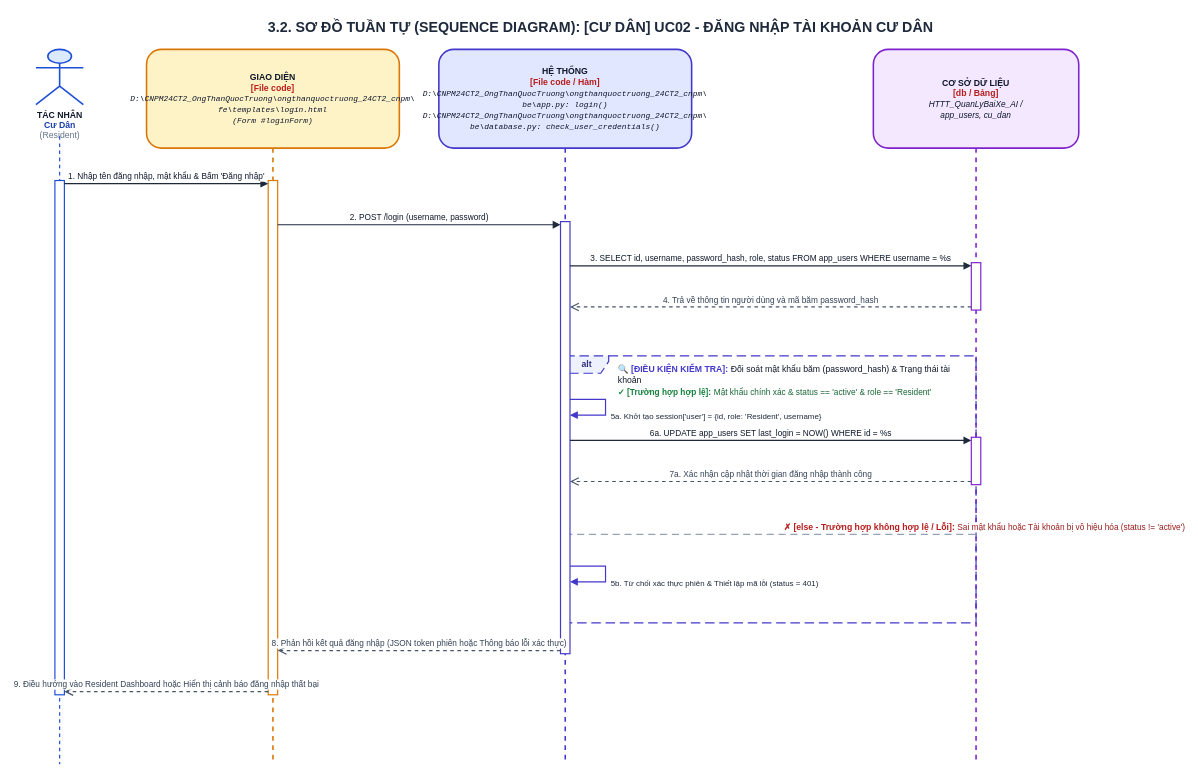
Truong027/CNPM24 keeps this draw.io diagram as ongthanquoctruong_24CT2_cnpm/docs/drawio/uc02_resident_login.drawio. Above is the earlier version. Source tidied: cells renumbered, new cells numbered last; positions are measured from the earlier drawing's top-left corner, leaving out a move shared by most shapes. Both pictures are drawn from the tidied source at 79%, with x=0, y=0 at pixel (28, 13).
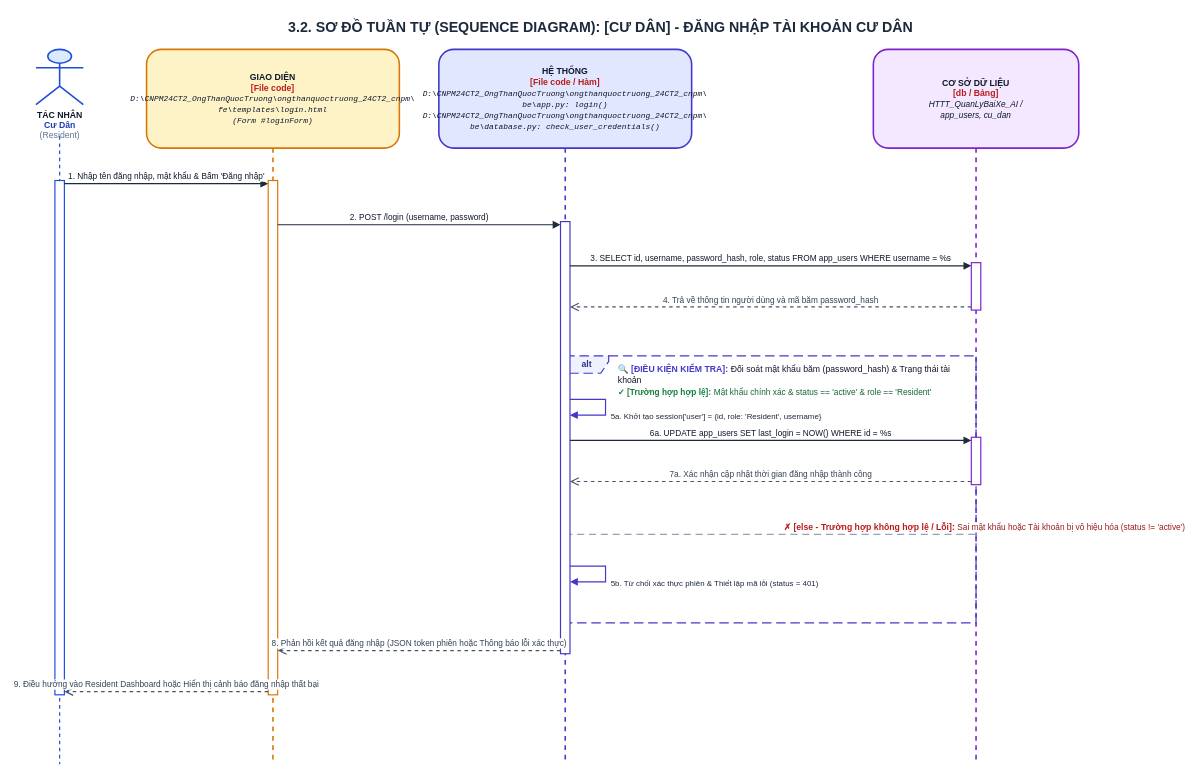
The same page after the edit.

The edit, as a diff of the source:
```diff
@@
-    <mxCell id="2" value="&lt;b&gt;3.2. SƠ ĐỒ TUẦN TỰ (SEQUENCE DIAGRAM): [CƯ DÂN] UC02 - ĐĂNG NHẬP TÀI KHOẢN CƯ DÂN&lt;/b&gt;" style="text;html=1;strokeColor=none;fillColor=none;align=center;verticalAlign=middle;whiteSpace=wrap;rounded=0;fontSize=18;fontColor=#1E293B;fontStyle=1;" parent="1" vertex="1">
+    <mxCell id="2" value="&lt;b&gt;3.2. SƠ ĐỒ TUẦN TỰ (SEQUENCE DIAGRAM): [CƯ DÂN] - ĐĂNG NHẬP TÀI KHOẢN CƯ DÂN&lt;/b&gt;" style="text;html=1;strokeColor=none;fillColor=none;align=center;verticalAlign=middle;whiteSpace=wrap;rounded=0;fontSize=18;fontColor=#1E293B;fontStyle=1;" parent="1" vertex="1">
       <mxGeometry width="1450" height="35" as="geometry" />
     </mxCell>
```
